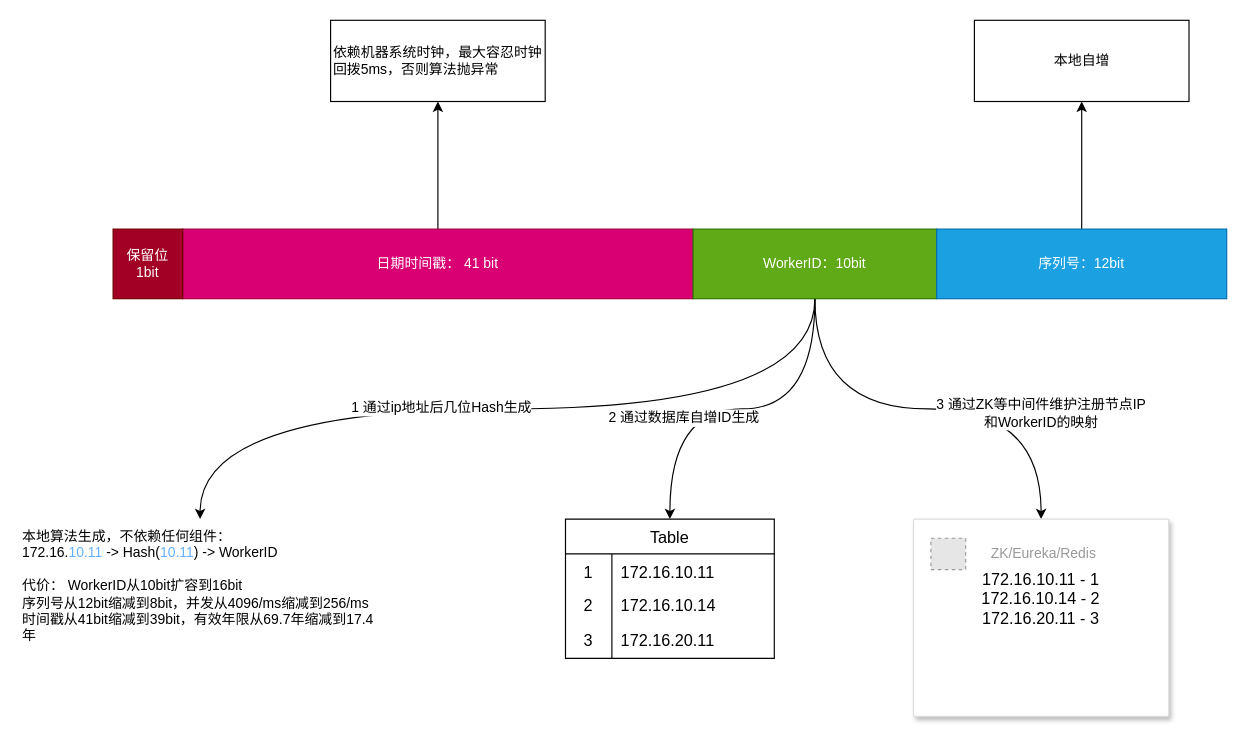
This is doc/雪花算法.drawio from jackjoesh/databend, a draw.io file, before an edit. Source tidied: cells renumbered, new cells numbered last; positions are measured from the earlier drawing's top-left corner, leaving out a move shared by most shapes. Both pictures are drawn from the tidied source at 116%, with x=0, y=0 at pixel (20, 20). Pictures stored in the file or linked from it are replaced by grey dashed boxes.
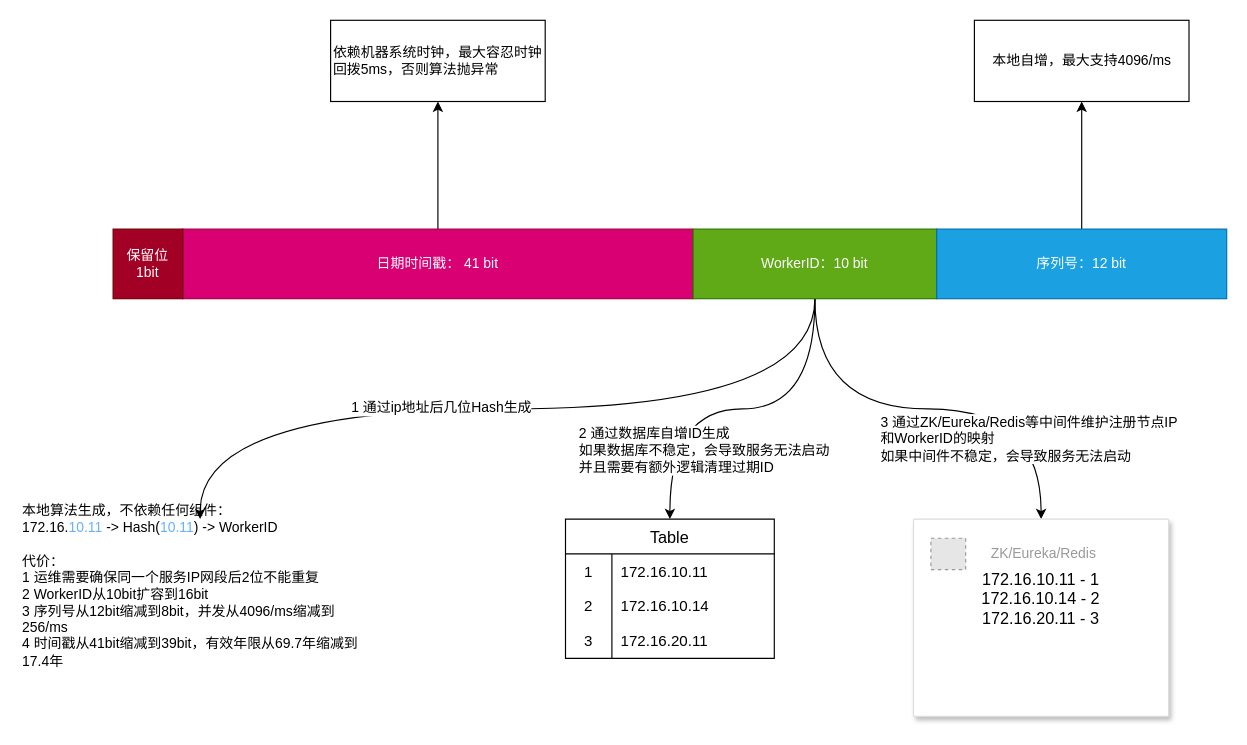
After the change.

Commit message (it also covers changes not shown here):
更新雪花算法.drawio

Unchanged cells that the change refers to:
```xml
<mxCell id="4" style="edgeStyle=orthogonalEdgeStyle;rounded=0;jettySize=auto;html=1;exitX=0.5;exitY=1;exitDx=0;exitDy=0;curved=1;" parent="1" edge="1" source="10" target="15">
  <mxGeometry relative="1" as="geometry" />
</mxCell>
<mxCell id="8" style="edgeStyle=orthogonalEdgeStyle;rounded=0;jettySize=auto;html=1;exitX=0.5;exitY=1;exitDx=0;exitDy=0;entryX=0.5;entryY=0;entryDx=0;entryDy=0;curved=1;" parent="1" edge="1" source="10" target="26">
  <mxGeometry relative="1" as="geometry" />
</mxCell>
<mxCell id="16" style="shape=tableRow;horizontal=0;startSize=0;swimlaneHead=0;swimlaneBody=0;top=0;left=0;bottom=0;right=0;fillColor=none;strokeColor=inherit;fontSize=16;" parent="15" vertex="1">
  <mxGeometry y="30" width="180" height="30" as="geometry" />
</mxCell>
<mxCell id="19" style="shape=tableRow;horizontal=0;startSize=0;swimlaneHead=0;swimlaneBody=0;top=0;left=0;bottom=0;right=0;fillColor=none;strokeColor=inherit;fontSize=16;" parent="15" vertex="1">
  <mxGeometry y="60" width="180" height="30" as="geometry" />
</mxCell>
<mxCell id="22" style="shape=tableRow;horizontal=0;startSize=0;swimlaneHead=0;swimlaneBody=0;top=0;left=0;bottom=0;right=0;fillColor=none;strokeColor=inherit;fontSize=16;" parent="15" vertex="1">
  <mxGeometry y="90" width="180" height="30" as="geometry" />
</mxCell>
```

The edit, as a diff of the source:
```diff
@@
-    <mxCell id="5" value="2 通过数据库自增ID生成" style="edgeLabel;html=1;align=center;verticalAlign=middle;fontSize=12;" parent="4" vertex="1">
-      <mxGeometry x="0.44" y="11" relative="1" as="geometry" />
+    <mxCell id="5" value="2 通过数据库自增ID生成&lt;div&gt;如果数据库不稳定，会导致服务无法启动&lt;/div&gt;&lt;div&gt;并且需要有额外逻辑清理过期ID&lt;/div&gt;" style="edgeLabel;html=1;align=left;verticalAlign=middle;fontSize=12;" parent="4" vertex="1">
+      <mxGeometry x="0.44" y="11" relative="1" as="geometry">
+        <mxPoint x="-91" y="28" as="offset" />
+      </mxGeometry>
     </mxCell>
@@
-    <mxCell id="9" value="3 通过ZK等中间件维护注册节点IP&lt;div&gt;和WorkerID的映射&lt;/div&gt;" style="edgeLabel;html=1;align=center;verticalAlign=middle;fontSize=12;" parent="8" vertex="1">
-      <mxGeometry x="0.52" y="-1" relative="1" as="geometry" />
+    <mxCell id="9" value="3 通过ZK/Eureka/Redis等中间件维护注册节点IP&lt;div&gt;和WorkerID的映射&lt;/div&gt;&lt;div&gt;如果中间件不稳定，会导致服务无法启动&lt;/div&gt;" style="edgeLabel;html=1;align=left;verticalAlign=middle;fontSize=12;" parent="8" vertex="1">
+      <mxGeometry x="0.52" y="-1" relative="1" as="geometry">
+        <mxPoint x="-139" y="22" as="offset" />
+      </mxGeometry>
     </mxCell>
-    <mxCell id="10" value="WorkerID：10bit" style="rounded=0;whiteSpace=wrap;html=1;fillColor=#60a917;fontColor=#ffffff;strokeColor=#2D7600;" parent="1" vertex="1">
+    <mxCell id="10" value="WorkerID：10 bit" style="rounded=0;whiteSpace=wrap;html=1;fillColor=#60a917;fontColor=#ffffff;strokeColor=#2D7600;" parent="1" vertex="1">
       <mxGeometry x="580" y="180" width="210" height="60" as="geometry" />
     </mxCell>
@@
-    <mxCell id="12" value="序列号：12bit" style="rounded=0;whiteSpace=wrap;html=1;fillColor=#1ba1e2;fontColor=#ffffff;strokeColor=#006EAF;" parent="1" vertex="1">
+    <mxCell id="12" value="序列号：12 bit" style="rounded=0;whiteSpace=wrap;html=1;fillColor=#1ba1e2;fontColor=#ffffff;strokeColor=#006EAF;" parent="1" vertex="1">
       <mxGeometry x="790" y="180" width="250" height="60" as="geometry" />
     </mxCell>
@@
-    <mxCell id="17" value="&lt;font style=&quot;font-size: 14px;&quot;&gt;1&lt;/font&gt;" style="shape=partialRectangle;html=1;whiteSpace=wrap;fillColor=none;top=0;left=0;bottom=0;right=0;overflow=hidden;strokeColor=inherit;fontSize=16;" parent="16" vertex="1">
+    <mxCell id="17" value="&lt;font&gt;1&lt;/font&gt;" style="shape=partialRectangle;html=1;whiteSpace=wrap;fillColor=none;top=0;left=0;bottom=0;right=0;overflow=hidden;strokeColor=inherit;fontSize=13;" parent="16" vertex="1">
       <mxGeometry width="40" height="30" as="geometry" />
     </mxCell>
-    <mxCell id="18" value="&lt;font style=&quot;font-size: 14px;&quot;&gt;172.16.10.11&lt;/font&gt;" style="shape=partialRectangle;html=1;whiteSpace=wrap;fillColor=none;top=0;left=0;bottom=0;right=0;align=left;spacingLeft=6;overflow=hidden;strokeColor=inherit;fontSize=16;" parent="16" vertex="1">
+    <mxCell id="18" value="&lt;font&gt;172.16.10.11&lt;/font&gt;" style="shape=partialRectangle;html=1;whiteSpace=wrap;fillColor=none;top=0;left=0;bottom=0;right=0;align=left;spacingLeft=6;overflow=hidden;strokeColor=inherit;fontSize=13;" parent="16" vertex="1">
       <mxGeometry x="40" width="140" height="30" as="geometry" />
     </mxCell>
@@
-    <mxCell id="20" value="2" style="shape=partialRectangle;html=1;whiteSpace=wrap;fillColor=none;top=0;left=0;bottom=0;right=0;overflow=hidden;strokeColor=inherit;fontSize=14;" parent="19" vertex="1">
+    <mxCell id="20" value="2" style="shape=partialRectangle;html=1;whiteSpace=wrap;fillColor=none;top=0;left=0;bottom=0;right=0;overflow=hidden;strokeColor=inherit;fontSize=13;" parent="19" vertex="1">
       <mxGeometry width="40" height="30" as="geometry" />
     </mxCell>
-    <mxCell id="21" value="172.16.10.14" style="shape=partialRectangle;html=1;whiteSpace=wrap;fillColor=none;top=0;left=0;bottom=0;right=0;align=left;spacingLeft=6;overflow=hidden;strokeColor=inherit;fontSize=14;" parent="19" vertex="1">
+    <mxCell id="21" value="172.16.10.14" style="shape=partialRectangle;html=1;whiteSpace=wrap;fillColor=none;top=0;left=0;bottom=0;right=0;align=left;spacingLeft=6;overflow=hidden;strokeColor=inherit;fontSize=13;" parent="19" vertex="1">
       <mxGeometry x="40" width="140" height="30" as="geometry" />
     </mxCell>
@@
-    <mxCell id="23" value="3" style="shape=partialRectangle;html=1;whiteSpace=wrap;fillColor=none;top=0;left=0;bottom=0;right=0;overflow=hidden;strokeColor=inherit;fontSize=14;" parent="22" vertex="1">
+    <mxCell id="23" value="3" style="shape=partialRectangle;html=1;whiteSpace=wrap;fillColor=none;top=0;left=0;bottom=0;right=0;overflow=hidden;strokeColor=inherit;fontSize=13;" parent="22" vertex="1">
       <mxGeometry width="40" height="30" as="geometry" />
     </mxCell>
-    <mxCell id="24" value="172.16.20.11" style="shape=partialRectangle;html=1;whiteSpace=wrap;fillColor=none;top=0;left=0;bottom=0;right=0;align=left;spacingLeft=6;overflow=hidden;strokeColor=inherit;fontSize=14;" parent="22" vertex="1">
+    <mxCell id="24" value="172.16.20.11" style="shape=partialRectangle;html=1;whiteSpace=wrap;fillColor=none;top=0;left=0;bottom=0;right=0;align=left;spacingLeft=6;overflow=hidden;strokeColor=inherit;fontSize=13;" parent="22" vertex="1">
       <mxGeometry x="40" width="140" height="30" as="geometry" />
     </mxCell>
-    <mxCell id="25" value="&lt;span&gt;本地算法生成，不依赖任何组件：&lt;/span&gt;&lt;div&gt;&lt;span&gt;172.16.&lt;font style=&quot;color: rgb(102, 178, 255);&quot;&gt;10.11&lt;/font&gt; -&amp;gt;&amp;nbsp;&lt;/span&gt;Hash(&lt;span&gt;&lt;font style=&quot;color: rgb(102, 178, 255);&quot;&gt;10.11&lt;/font&gt;&lt;/span&gt;)&amp;nbsp;&lt;span style=&quot;background-color: transparent; color: light-dark(rgb(0, 0, 0), rgb(255, 255, 255));&quot;&gt;-&amp;gt;&lt;/span&gt;&lt;span style=&quot;background-color: transparent; color: light-dark(rgb(0, 0, 0), rgb(255, 255, 255));&quot;&gt;&amp;nbsp;&lt;font&gt;WorkerID&lt;/font&gt;&lt;/span&gt;&lt;/div&gt;&lt;div&gt;&lt;br&gt;&lt;/div&gt;&lt;div&gt;&lt;font&gt;代价： WorkerID从10bit扩容到16bit&lt;/font&gt;&lt;/div&gt;&lt;div&gt;&lt;font&gt;序列号从12bit缩减到8bit，并发从4096/ms缩减到256/ms&lt;/font&gt;&lt;/div&gt;&lt;div&gt;&lt;font&gt;时间戳从41bit缩减到39bit，有效年限从69.7年缩减到17.4年&lt;/font&gt;&lt;/div&gt;&lt;div&gt;&lt;br&gt;&lt;/div&gt;" style="text;html=1;whiteSpace=wrap;strokeColor=none;fillColor=none;align=left;verticalAlign=middle;rounded=0;fontSize=12;" parent="1" vertex="1">
+    <mxCell id="25" value="&lt;span&gt;本地算法生成，不依赖任何组件：&lt;/span&gt;&lt;div&gt;&lt;span&gt;172.16.&lt;font style=&quot;color: rgb(102, 178, 255);&quot;&gt;10.11&lt;/font&gt; -&amp;gt;&amp;nbsp;&lt;/span&gt;Hash(&lt;span&gt;&lt;font style=&quot;color: rgb(102, 178, 255);&quot;&gt;10.11&lt;/font&gt;&lt;/span&gt;)&amp;nbsp;&lt;span style=&quot;background-color: transparent; color: light-dark(rgb(0, 0, 0), rgb(255, 255, 255));&quot;&gt;-&amp;gt;&lt;/span&gt;&lt;span style=&quot;background-color: transparent; color: light-dark(rgb(0, 0, 0), rgb(255, 255, 255));&quot;&gt;&amp;nbsp;&lt;font&gt;WorkerID&lt;/font&gt;&lt;/span&gt;&lt;/div&gt;&lt;div&gt;&lt;br&gt;&lt;/div&gt;&lt;div&gt;&lt;font&gt;代价：&amp;nbsp;&lt;/font&gt;&lt;/div&gt;&lt;div&gt;&lt;font&gt;1 运维需要确保同一个服务IP网段后2位不能重复&lt;/font&gt;&lt;/div&gt;&lt;div&gt;&lt;font&gt;2 WorkerID从10bit扩容到16bit&lt;/font&gt;&lt;/div&gt;&lt;div&gt;&lt;font&gt;3 序列号从12bit缩减到8bit，并发从4096/ms缩减到256/ms&lt;/font&gt;&lt;/div&gt;&lt;div&gt;&lt;font&gt;4 时间戳从41bit缩减到39bit，有效年限从69.7年缩减到17.4年&lt;/font&gt;&lt;/div&gt;&lt;div&gt;&lt;br&gt;&lt;/div&gt;" style="text;html=1;whiteSpace=wrap;strokeColor=none;fillColor=none;align=left;verticalAlign=middle;rounded=0;fontSize=12;" parent="1" vertex="1">
       <mxGeometry y="430" width="310" height="130" as="geometry" />
     </mxCell>
@@
-    <mxCell id="28" value="本地自增" style="rounded=0;whiteSpace=wrap;html=1;" parent="1" vertex="1">
+    <mxCell id="28" value="本地自增，最大支持&lt;span style=&quot;text-align: left;&quot;&gt;4096/ms&lt;/span&gt;" style="rounded=0;whiteSpace=wrap;html=1;" parent="1" vertex="1">
       <mxGeometry x="822.5" width="185" height="70" as="geometry" />
     </mxCell>
```
